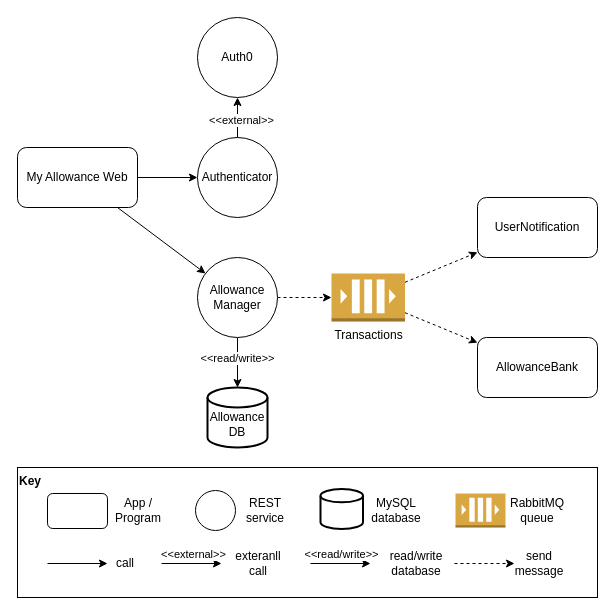
Above: page "Q2" (1 of 2) of SW Architec A3.drawio in sunggooni/SW_Architect (draw.io), before the change. Source tidied: cells renumbered, new cells numbered last; positions are measured from the earlier drawing's top-left corner, leaving out a move shared by most shapes. Both pictures are drawn from the tidied source at 100%, with x=0, y=0 at pixel (17, 17).
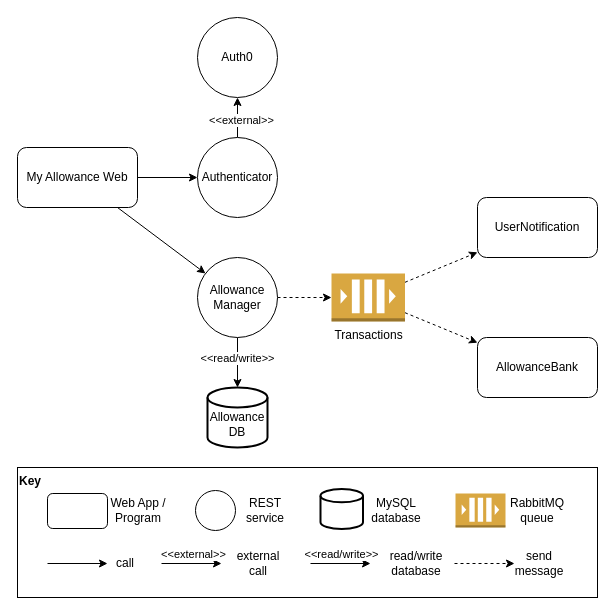
The same diagram, later.

What changed in the source:
```diff
@@
-    <mxCell id="21" value="App / Program" style="text;html=1;strokeColor=none;fillColor=none;align=center;verticalAlign=middle;whiteSpace=wrap;rounded=0;" parent="1" vertex="1">
+    <mxCell id="21" value="Web App / Program" style="text;html=1;strokeColor=none;fillColor=none;align=center;verticalAlign=middle;whiteSpace=wrap;rounded=0;" parent="1" vertex="1">
       <mxGeometry x="91" y="477.5" width="60" height="30" as="geometry" />
     </mxCell>
@@
-    <mxCell id="32" value="exteranll call" style="text;html=1;strokeColor=none;fillColor=none;align=center;verticalAlign=middle;whiteSpace=wrap;rounded=0;" parent="1" vertex="1">
+    <mxCell id="32" value="external call" style="text;html=1;strokeColor=none;fillColor=none;align=center;verticalAlign=middle;whiteSpace=wrap;rounded=0;" parent="1" vertex="1">
       <mxGeometry x="211" y="531" width="60" height="30" as="geometry" />
     </mxCell>
```
